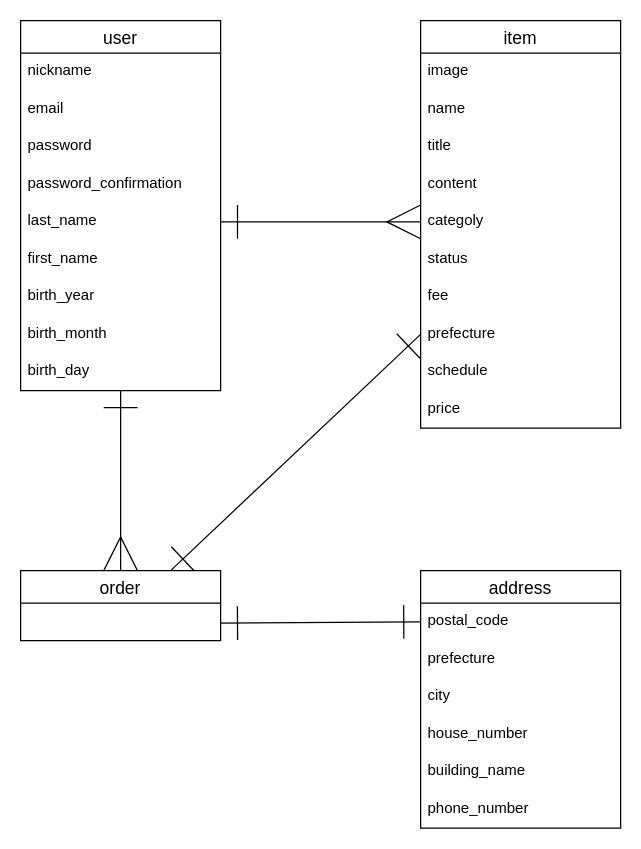
Earlier version of the draw.io diagram ER.dio (murandot/furima-37979). Source tidied: cells renumbered, new cells numbered last; positions are measured from the earlier drawing's top-left corner, leaving out a move shared by most shapes. Both pictures are drawn from the tidied source at 125%, with x=0, y=0 at pixel (20, 20).
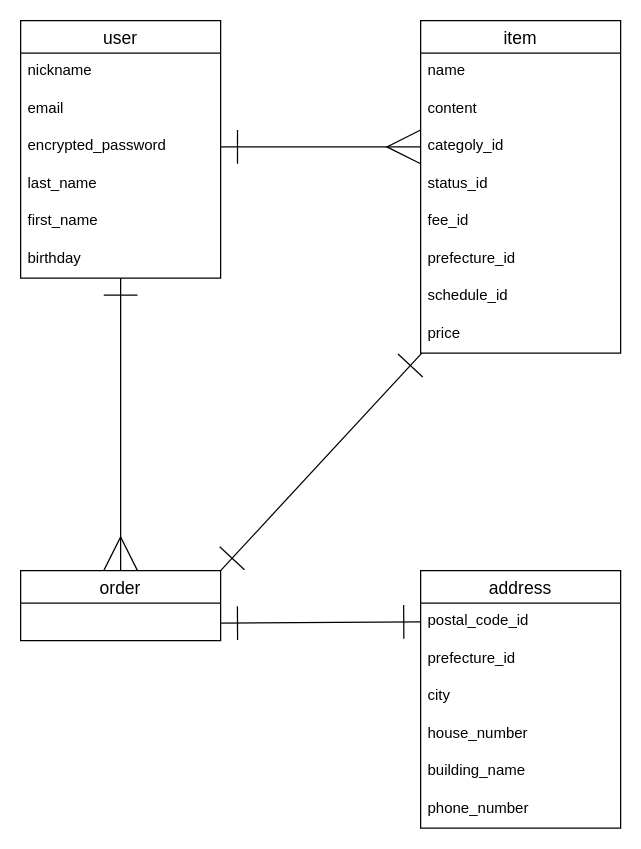
Above is the later version.

Commit message:
README修正に伴うER図の修正

Unchanged cells that the change refers to:
```xml
<mxCell id="25" value="order" style="swimlane;fontStyle=0;horizontal=1;startSize=26;align=center;fontSize=14;" parent="1" vertex="1">
  <mxGeometry y="440" width="160" height="56" as="geometry" />
</mxCell>
<mxCell id="26" value="address" style="swimlane;fontStyle=0;horizontal=1;startSize=26;align=center;fontSize=14;" parent="1" vertex="1">
  <mxGeometry x="320" y="440" width="160" height="206" as="geometry" />
</mxCell>
```

Diff of the diagram source:
```diff
@@
     <mxCell id="2" value="user" style="swimlane;fontStyle=0;horizontal=1;startSize=26;align=center;fontSize=14;rounded=0;" parent="1" vertex="1">
-      <mxGeometry width="160" height="296" as="geometry" />
+      <mxGeometry width="160" height="206" as="geometry" />
     </mxCell>
@@
-    <mxCell id="5" value="password" style="text;strokeColor=none;fillColor=none;spacingLeft=4;spacingRight=4;overflow=hidden;points=[[0,0.5],[1,0.5]];portConstraint=eastwest;fontSize=12;" parent="2" vertex="1">
+    <mxCell id="5" value="encrypted_password" style="text;strokeColor=none;fillColor=none;spacingLeft=4;spacingRight=4;overflow=hidden;points=[[0,0.5],[1,0.5]];portConstraint=eastwest;fontSize=12;" parent="2" vertex="1">
       <mxGeometry y="86" width="160" height="30" as="geometry" />
     </mxCell>
-    <mxCell id="6" value="password_confirmation" style="text;strokeColor=none;fillColor=none;spacingLeft=4;spacingRight=4;overflow=hidden;fontSize=12;" parent="2" vertex="1">
-      <mxGeometry y="116" width="160" height="30" as="geometry" />
-    </mxCell>
     <mxCell id="7" value="last_name" style="text;strokeColor=none;fillColor=none;spacingLeft=4;spacingRight=4;overflow=hidden;points=[[0,0.5],[1,0.5]];portConstraint=eastwest;fontSize=12;" parent="2" vertex="1">
-      <mxGeometry y="146" width="160" height="30" as="geometry" />
+      <mxGeometry y="116" width="160" height="30" as="geometry" />
     </mxCell>
     <mxCell id="8" value="first_name" style="text;strokeColor=none;fillColor=none;spacingLeft=4;spacingRight=4;overflow=hidden;fontSize=12;" parent="2" vertex="1">
-      <mxGeometry y="176" width="160" height="30" as="geometry" />
+      <mxGeometry y="146" width="160" height="30" as="geometry" />
     </mxCell>
-    <mxCell id="9" value="birth_year" style="text;strokeColor=none;fillColor=none;spacingLeft=4;spacingRight=4;overflow=hidden;fontSize=12;" parent="2" vertex="1">
-      <mxGeometry y="206" width="160" height="30" as="geometry" />
-    </mxCell>
-    <mxCell id="10" value="birth_month    " style="text;strokeColor=none;fillColor=none;spacingLeft=4;spacingRight=4;overflow=hidden;fontSize=12;" parent="2" vertex="1">
-      <mxGeometry y="236" width="160" height="30" as="geometry" />
-    </mxCell>
-    <mxCell id="11" value="birth_day" style="text;strokeColor=none;fillColor=none;spacingLeft=4;spacingRight=4;overflow=hidden;points=[[0,0.5],[1,0.5]];portConstraint=eastwest;fontSize=12;" parent="2" vertex="1">
-      <mxGeometry y="266" width="160" height="30" as="geometry" />
+    <mxCell id="11" value="birthday" style="text;strokeColor=none;fillColor=none;spacingLeft=4;spacingRight=4;overflow=hidden;points=[[0,0.5],[1,0.5]];portConstraint=eastwest;fontSize=12;" parent="2" vertex="1">
+      <mxGeometry y="176" width="160" height="30" as="geometry" />
     </mxCell>
     <mxCell id="12" value="item" style="swimlane;fontStyle=0;horizontal=1;startSize=26;align=center;fontSize=14;" parent="1" vertex="1">
-      <mxGeometry x="320" width="160" height="326" as="geometry" />
+      <mxGeometry x="320" width="160" height="266" as="geometry" />
     </mxCell>
-    <mxCell id="13" value="image" style="text;strokeColor=none;fillColor=none;spacingLeft=4;spacingRight=4;overflow=hidden;fontSize=12;" parent="12" vertex="1">
-      <mxGeometry y="26" width="160" height="30" as="geometry" />
-    </mxCell>
     <mxCell id="14" value="name" style="text;strokeColor=none;fillColor=none;spacingLeft=4;spacingRight=4;overflow=hidden;fontSize=12;" parent="12" vertex="1">
-      <mxGeometry y="56" width="160" height="30" as="geometry" />
+      <mxGeometry y="26" width="160" height="30" as="geometry" />
     </mxCell>
-    <mxCell id="15" value="title" style="text;strokeColor=none;fillColor=none;spacingLeft=4;spacingRight=4;overflow=hidden;fontSize=12;" parent="12" vertex="1">
-      <mxGeometry y="86" width="160" height="30" as="geometry" />
-    </mxCell>
     <mxCell id="16" value="content" style="text;strokeColor=none;fillColor=none;spacingLeft=4;spacingRight=4;overflow=hidden;fontSize=12;" parent="12" vertex="1">
-      <mxGeometry y="116" width="160" height="30" as="geometry" />
+      <mxGeometry y="56" width="160" height="30" as="geometry" />
     </mxCell>
-    <mxCell id="17" value="categoly" style="text;strokeColor=none;fillColor=none;spacingLeft=4;spacingRight=4;overflow=hidden;points=[[0,0.5],[1,0.5]];portConstraint=eastwest;fontSize=12;" parent="12" vertex="1">
-      <mxGeometry y="146" width="160" height="30" as="geometry" />
+    <mxCell id="17" value="categoly_id" style="text;strokeColor=none;fillColor=none;spacingLeft=4;spacingRight=4;overflow=hidden;points=[[0,0.5],[1,0.5]];portConstraint=eastwest;fontSize=12;" parent="12" vertex="1">
+      <mxGeometry y="86" width="160" height="30" as="geometry" />
     </mxCell>
-    <mxCell id="18" value="status" style="text;strokeColor=none;fillColor=none;spacingLeft=4;spacingRight=4;overflow=hidden;fontSize=12;" parent="12" vertex="1">
-      <mxGeometry y="176" width="160" height="30" as="geometry" />
+    <mxCell id="18" value="status_id" style="text;strokeColor=none;fillColor=none;spacingLeft=4;spacingRight=4;overflow=hidden;fontSize=12;" parent="12" vertex="1">
+      <mxGeometry y="116" width="160" height="30" as="geometry" />
     </mxCell>
-    <mxCell id="19" value="fee" style="text;strokeColor=none;fillColor=none;spacingLeft=4;spacingRight=4;overflow=hidden;fontSize=12;" parent="12" vertex="1">
-      <mxGeometry y="206" width="160" height="30" as="geometry" />
+    <mxCell id="19" value="fee_id" style="text;strokeColor=none;fillColor=none;spacingLeft=4;spacingRight=4;overflow=hidden;fontSize=12;" parent="12" vertex="1">
+      <mxGeometry y="146" width="160" height="30" as="geometry" />
     </mxCell>
-    <mxCell id="20" value="prefecture" style="text;strokeColor=none;fillColor=none;spacingLeft=4;spacingRight=4;overflow=hidden;points=[[0,0.5],[1,0.5]];portConstraint=eastwest;fontSize=12;" parent="12" vertex="1">
-      <mxGeometry y="236" width="160" height="30" as="geometry" />
+    <mxCell id="20" value="prefecture_id" style="text;strokeColor=none;fillColor=none;spacingLeft=4;spacingRight=4;overflow=hidden;points=[[0,0.5],[1,0.5]];portConstraint=eastwest;fontSize=12;" parent="12" vertex="1">
+      <mxGeometry y="176" width="160" height="30" as="geometry" />
     </mxCell>
-    <mxCell id="21" value="schedule" style="text;strokeColor=none;fillColor=none;spacingLeft=4;spacingRight=4;overflow=hidden;fontSize=12;" parent="12" vertex="1">
-      <mxGeometry y="266" width="160" height="30" as="geometry" />
+    <mxCell id="21" value="schedule_id" style="text;strokeColor=none;fillColor=none;spacingLeft=4;spacingRight=4;overflow=hidden;fontSize=12;" parent="12" vertex="1">
+      <mxGeometry y="206" width="160" height="30" as="geometry" />
     </mxCell>
     <mxCell id="22" value="price" style="text;strokeColor=none;fillColor=none;spacingLeft=4;spacingRight=4;overflow=hidden;points=[[0,0.5],[1,0.5]];portConstraint=eastwest;fontSize=12;" parent="12" vertex="1">
-      <mxGeometry y="296" width="160" height="30" as="geometry" />
+      <mxGeometry y="236" width="160" height="30" as="geometry" />
     </mxCell>
-    <mxCell id="23" style="edgeStyle=none;html=1;exitX=0.75;exitY=0;exitDx=0;exitDy=0;entryX=0;entryY=0.5;entryDx=0;entryDy=0;endArrow=ERone;endFill=0;startSize=25;endSize=25;strokeWidth=1;startArrow=ERone;startFill=0;" parent="1" edge="1" source="25" target="20">
+    <mxCell id="23" style="edgeStyle=none;html=1;exitX=1;exitY=0;exitDx=0;exitDy=0;entryX=0.006;entryY=1;entryDx=0;entryDy=0;endArrow=ERone;endFill=0;startSize=25;endSize=25;strokeWidth=1;startArrow=ERone;startFill=0;entryPerimeter=0;" parent="1" edge="1" source="25" target="22">
       <mxGeometry relative="1" as="geometry" />
     </mxCell>
@@
-    <mxCell id="27" value="postal_code" style="text;strokeColor=none;fillColor=none;spacingLeft=4;spacingRight=4;overflow=hidden;points=[[0,0.5],[1,0.5]];portConstraint=eastwest;fontSize=12;" parent="26" vertex="1">
+    <mxCell id="27" value="postal_code_id" style="text;strokeColor=none;fillColor=none;spacingLeft=4;spacingRight=4;overflow=hidden;points=[[0,0.5],[1,0.5]];portConstraint=eastwest;fontSize=12;" parent="26" vertex="1">
       <mxGeometry y="26" width="160" height="30" as="geometry" />
     </mxCell>
-    <mxCell id="28" value="prefecture" style="text;strokeColor=none;fillColor=none;spacingLeft=4;spacingRight=4;overflow=hidden;fontSize=12;" parent="26" vertex="1">
+    <mxCell id="28" value="prefecture_id" style="text;strokeColor=none;fillColor=none;spacingLeft=4;spacingRight=4;overflow=hidden;fontSize=12;" parent="26" vertex="1">
       <mxGeometry y="56" width="160" height="30" as="geometry" />
     </mxCell>
@@
-    <mxCell id="33" style="edgeStyle=none;html=1;exitX=1;exitY=0.5;exitDx=0;exitDy=0;entryX=0;entryY=0.5;entryDx=0;entryDy=0;endArrow=ERmany;endFill=0;endSize=25;startSize=25;strokeWidth=1;startArrow=ERone;startFill=0;" parent="1" edge="1" source="7" target="17">
+    <mxCell id="33" style="edgeStyle=none;html=1;exitX=1;exitY=0.5;exitDx=0;exitDy=0;entryX=0;entryY=0.5;entryDx=0;entryDy=0;endArrow=ERmany;endFill=0;endSize=25;startSize=25;strokeWidth=1;startArrow=ERone;startFill=0;" parent="1" edge="1" source="5" target="17">
       <mxGeometry relative="1" as="geometry" />
     </mxCell>
```
